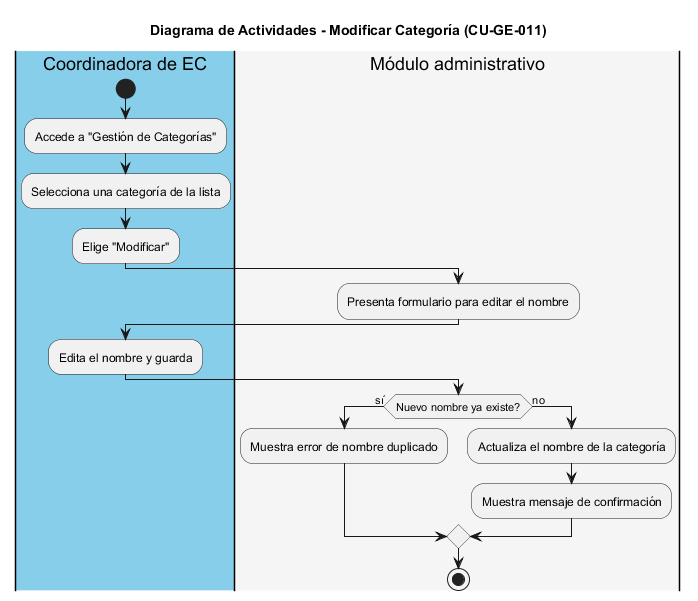
Above: img/CU-GE-011_Modificar_Categoria.png in iKinoo/baby-salesforce-admin-module (PlantUML), before the change. The source it was exported from:
```plantuml
@startuml
title Diagrama de Actividades - Modificar Categoría (CU-GE-011)

|#skyblue|Coordinadora de EC|
start
:Accede a "Gestión de Categorías";
:Selecciona una categoría de la lista;
:Elige "Modificar";

|#whitesmoke|Módulo administrativo|
:Presenta formulario para editar el nombre;

|#skyblue|Coordinadora de EC|
:Edita el nombre y guarda;

|#whitesmoke|Módulo administrativo|
if (Nuevo nombre ya existe?) then (sí)
   :Muestra error de nombre duplicado;
else (no)
  :Actualiza el nombre de la categoría;
  :Muestra mensaje de confirmación;
endif
stop
@enduml
```
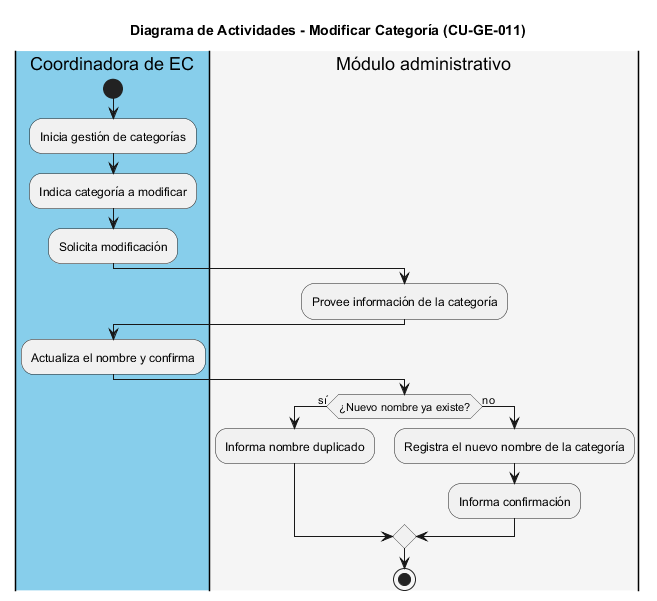
Above is the later version.

Diff of the diagram source:
```diff
@@ -1,24 +1,24 @@
-@startuml
+@startuml CU-GE-011_Modificar_Categoria
 title Diagrama de Actividades - Modificar Categoría (CU-GE-011)
 
 |#skyblue|Coordinadora de EC|
 start
-:Accede a "Gestión de Categorías";
-:Selecciona una categoría de la lista;
-:Elige "Modificar";
+:Inicia gestión de categorías;
+:Indica categoría a modificar;
+:Solicita modificación;
 
 |#whitesmoke|Módulo administrativo|
-:Presenta formulario para editar el nombre;
+:Provee información de la categoría;
 
 |#skyblue|Coordinadora de EC|
-:Edita el nombre y guarda;
+:Actualiza el nombre y confirma;
 
 |#whitesmoke|Módulo administrativo|
-if (Nuevo nombre ya existe?) then (sí)
-   :Muestra error de nombre duplicado;
+if (¿Nuevo nombre ya existe?) then (sí)
+   :Informa nombre duplicado;
 else (no)
-  :Actualiza el nombre de la categoría;
-  :Muestra mensaje de confirmación;
+  :Registra el nuevo nombre de la categoría;
+  :Informa confirmación;
 endif
 stop
 @enduml
```
